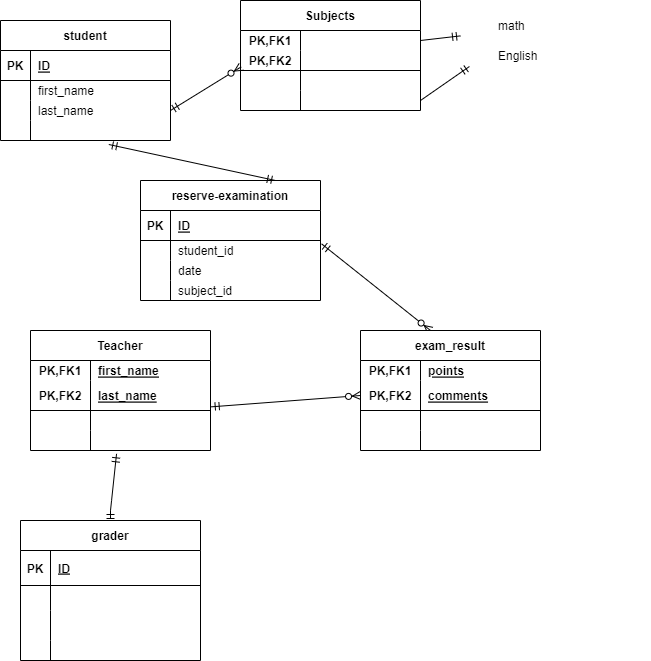
Earlier version of the draw.io export index.drawio.png (moro-ayu3/20230216_morohoshi). Source tidied: cells renumbered, new cells last; positions are measured from the earlier drawing's top-left corner, leaving out a move shared by most shapes.
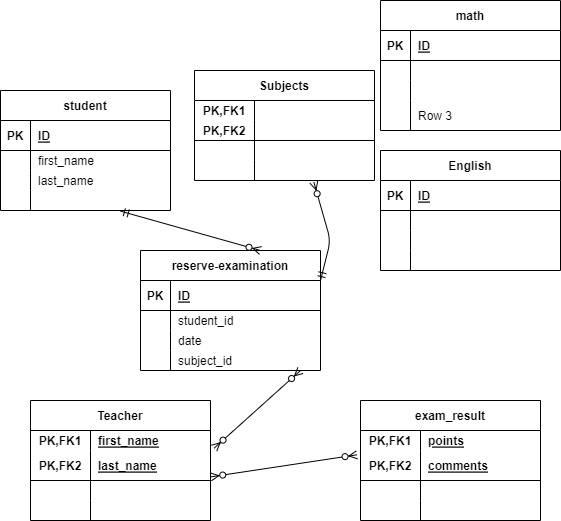
After the change.

Change to the diagram source:
```diff
@@ -80,35 +80,8 @@
     <mxCell id="27" value="subject_id" style="shape=partialRectangle;fillColor=none;top=0;left=0;bottom=0;right=0;align=left;spacingLeft=6;overflow=hidden;" parent="25" vertex="1">
       <mxGeometry x="30" width="150" height="20" as="geometry" />
     </mxCell>
-    <mxCell id="28" style="fontSize=12;html=1;endArrow=ERmandOne;startArrow=ERmandOne;exitX=0.637;exitY=1.2;exitDx=0;exitDy=0;exitPerimeter=0;entryX=0.75;entryY=0;entryDx=0;entryDy=0;" parent="1" edge="1" source="12" target="15">
-      <mxGeometry relative="1" as="geometry" />
-    </mxCell>
-    <mxCell id="29" style="shape=table;startSize=0;rowLines=0;fontStyle=0;align=center;strokeColor=none;fillColor=none;" parent="1" vertex="1">
-      <mxGeometry x="460" y="10" width="180" height="30" as="geometry" />
-    </mxCell>
-    <mxCell id="30" style="shape=tableRow;horizontal=0;startSize=0;swimlaneHead=0;swimlaneBody=0;fillColor=none;points=[[0,0.5],[1,0.5]];portConstraint=eastwest;top=0;left=0;right=0;bottom=0;" parent="29" vertex="1">
-      <mxGeometry width="180" height="30" as="geometry" />
-    </mxCell>
-    <mxCell id="31" style="shape=partialRectangle;fillColor=none;top=0;left=0;bottom=0;right=0;overflow=hidden;" parent="30" vertex="1">
-      <mxGeometry width="30" height="30" as="geometry" />
-    </mxCell>
-    <mxCell id="32" value="math" style="shape=partialRectangle;fillColor=none;top=0;left=0;bottom=0;right=0;align=left;spacingLeft=6;overflow=hidden;" parent="30" vertex="1">
-      <mxGeometry x="30" width="150" height="30" as="geometry" />
-    </mxCell>
-    <mxCell id="33" style="shape=table;startSize=0;rowLines=0;fontStyle=0;align=center;strokeColor=none;fillColor=none;" parent="1" vertex="1">
-      <mxGeometry x="470" y="40" width="180" height="30" as="geometry" />
-    </mxCell>
-    <mxCell id="34" style="shape=tableRow;horizontal=0;startSize=0;swimlaneHead=0;swimlaneBody=0;fillColor=none;points=[[0,0.5],[1,0.5]];portConstraint=eastwest;top=0;left=0;right=0;bottom=0;" parent="33" vertex="1">
-      <mxGeometry width="180" height="30" as="geometry" />
-    </mxCell>
-    <mxCell id="35" style="shape=partialRectangle;fillColor=none;top=0;left=0;bottom=0;right=0;overflow=hidden;" parent="34" vertex="1">
-      <mxGeometry width="20" height="30" as="geometry" />
-    </mxCell>
-    <mxCell id="36" value="English" style="shape=partialRectangle;fillColor=none;top=0;left=0;bottom=0;right=0;align=left;spacingLeft=6;overflow=hidden;" parent="34" vertex="1">
-      <mxGeometry x="20" width="160" height="30" as="geometry" />
-    </mxCell>
     <mxCell id="37" value="Subjects" style="shape=table;startSize=30;rowLines=0;fontStyle=1;align=center;" parent="1" vertex="1">
-      <mxGeometry x="240" width="180" height="110" as="geometry" />
+      <mxGeometry x="194" width="180" height="110" as="geometry" />
     </mxCell>
     <mxCell id="38" style="shape=tableRow;horizontal=0;startSize=0;swimlaneHead=0;swimlaneBody=0;fillColor=none;points=[[0,0.5],[1,0.5]];portConstraint=eastwest;top=0;left=0;right=0;bottom=0;" parent="37" vertex="1">
       <mxGeometry y="30" width="180" height="20" as="geometry" />
@@ -146,15 +119,6 @@
     <mxCell id="49" style="shape=partialRectangle;fillColor=none;top=0;left=0;bottom=0;right=0;align=left;spacingLeft=6;overflow=hidden;" parent="47" vertex="1">
       <mxGeometry x="60" width="120" height="20" as="geometry" />
     </mxCell>
-    <mxCell id="50" style="fontSize=12;html=1;endArrow=ERzeroToMany;startArrow=ERmandOne;exitX=1;exitY=0.5;exitDx=0;exitDy=0;entryX=0.004;entryY=-0.183;entryDx=0;entryDy=0;entryPerimeter=0;" parent="1" edge="1" source="9" target="44">
-      <mxGeometry relative="1" as="geometry" />
-    </mxCell>
-    <mxCell id="51" style="fontSize=12;html=1;endArrow=ERmandOne;exitX=1;exitY=0.5;exitDx=0;exitDy=0;" parent="1" edge="1" source="38" target="30">
-      <mxGeometry relative="1" as="geometry" />
-    </mxCell>
-    <mxCell id="52" style="fontSize=12;html=1;endArrow=ERmandOne;exitX=1;exitY=0.5;exitDx=0;exitDy=0;entryX=-0.006;entryY=0.867;entryDx=0;entryDy=0;entryPerimeter=0;" parent="1" edge="1" source="47" target="34">
-      <mxGeometry relative="1" as="geometry" />
-    </mxCell>
     <mxCell id="53" value="Teacher" style="shape=table;startSize=30;rowLines=0;fontStyle=1;align=center;" parent="1" vertex="1">
       <mxGeometry x="30" y="330" width="180" height="120" as="geometry" />
     </mxCell>
@@ -194,20 +158,6 @@
     <mxCell id="65" style="shape=partialRectangle;fillColor=none;top=0;left=0;bottom=0;right=0;align=left;spacingLeft=6;overflow=hidden;" parent="63" vertex="1">
       <mxGeometry x="60" width="120" height="20" as="geometry" />
     </mxCell>
-    <mxCell id="66" style="fontSize=12;html=1;endArrow=ERmandOne;startArrow=ERmandOne;entryX=0.478;entryY=1.167;entryDx=0;entryDy=0;entryPerimeter=0;" parent="1" edge="1" target="63">
-      <mxGeometry relative="1" as="geometry">
-        <mxPoint x="110" y="510" as="sourcePoint" />
-        <Array as="points">
-          <mxPoint x="110" y="520" />
-          <mxPoint x="110" y="510" />
-        </Array>
-      </mxGeometry>
-    </mxCell>
-    <mxCell id="67" style="fontSize=12;html=1;endArrow=ERzeroToMany;startArrow=ERmandOne;exitX=1.006;exitY=0.167;exitDx=0;exitDy=0;exitPerimeter=0;" parent="1" edge="1" source="19">
-      <mxGeometry relative="1" as="geometry">
-        <mxPoint x="430" y="330" as="targetPoint" />
-      </mxGeometry>
-    </mxCell>
     <mxCell id="68" value="exam_result" style="shape=table;startSize=30;rowLines=0;fontStyle=1;align=center;" parent="1" vertex="1">
       <mxGeometry x="360" y="330" width="180" height="120" as="geometry" />
     </mxCell>
@@ -247,46 +197,100 @@
     <mxCell id="80" style="shape=partialRectangle;fillColor=none;top=0;left=0;bottom=0;right=0;align=left;spacingLeft=6;overflow=hidden;" parent="78" vertex="1">
       <mxGeometry x="60" width="120" height="20" as="geometry" />
     </mxCell>
-    <mxCell id="81" value="grader" style="shape=table;startSize=30;rowLines=0;fontStyle=1;align=center;" parent="1" vertex="1">
-      <mxGeometry x="20" y="520" width="180" height="140" as="geometry" />
-    </mxCell>
-    <mxCell id="82" style="shape=tableRow;horizontal=0;startSize=0;swimlaneHead=0;swimlaneBody=0;fillColor=none;top=0;left=0;right=0;bottom=1;" parent="81" vertex="1">
-      <mxGeometry y="30" width="180" height="35" as="geometry" />
-    </mxCell>
-    <mxCell id="83" value="PK" style="shape=partialRectangle;fillColor=none;top=0;left=0;bottom=0;right=0;fontStyle=1;overflow=hidden;" parent="82" vertex="1">
-      <mxGeometry width="30" height="35" as="geometry" />
-    </mxCell>
-    <mxCell id="84" value="ID" style="shape=partialRectangle;fillColor=none;top=0;left=0;bottom=0;right=0;align=left;spacingLeft=6;fontStyle=5;overflow=hidden;" parent="82" vertex="1">
-      <mxGeometry x="30" width="150" height="35" as="geometry" />
-    </mxCell>
-    <mxCell id="85" style="shape=tableRow;horizontal=0;startSize=0;swimlaneHead=0;swimlaneBody=0;fillColor=none;top=0;left=0;right=0;bottom=0;" parent="81" vertex="1">
-      <mxGeometry y="65" width="180" height="25" as="geometry" />
-    </mxCell>
-    <mxCell id="86" style="shape=partialRectangle;fillColor=none;top=0;left=0;bottom=0;right=0;overflow=hidden;" parent="85" vertex="1">
-      <mxGeometry width="30" height="25" as="geometry" />
-    </mxCell>
-    <mxCell id="87" style="shape=partialRectangle;fillColor=none;top=0;left=0;bottom=0;right=0;align=left;spacingLeft=6;overflow=hidden;" parent="85" vertex="1">
-      <mxGeometry x="30" width="150" height="25" as="geometry" />
-    </mxCell>
-    <mxCell id="88" style="shape=tableRow;horizontal=0;startSize=0;swimlaneHead=0;swimlaneBody=0;fillColor=none;top=0;left=0;right=0;bottom=0;" parent="81" vertex="1">
-      <mxGeometry y="90" width="180" height="30" as="geometry" />
-    </mxCell>
-    <mxCell id="89" style="shape=partialRectangle;fillColor=none;top=0;left=0;bottom=0;right=0;overflow=hidden;" parent="88" vertex="1">
-      <mxGeometry width="30" height="30" as="geometry" />
-    </mxCell>
-    <mxCell id="90" style="shape=partialRectangle;fillColor=none;top=0;left=0;bottom=0;right=0;align=left;spacingLeft=6;overflow=hidden;" parent="88" vertex="1">
-      <mxGeometry x="30" width="150" height="30" as="geometry" />
-    </mxCell>
-    <mxCell id="91" style="shape=tableRow;horizontal=0;startSize=0;swimlaneHead=0;swimlaneBody=0;fillColor=none;top=0;left=0;right=0;bottom=0;" parent="81" vertex="1">
-      <mxGeometry y="120" width="180" height="20" as="geometry" />
-    </mxCell>
-    <mxCell id="92" style="shape=partialRectangle;fillColor=none;top=0;left=0;bottom=0;right=0;overflow=hidden;" parent="91" vertex="1">
-      <mxGeometry width="30" height="20" as="geometry" />
-    </mxCell>
-    <mxCell id="93" style="shape=partialRectangle;fillColor=none;top=0;left=0;bottom=0;right=0;align=left;spacingLeft=6;overflow=hidden;" parent="91" vertex="1">
-      <mxGeometry x="30" width="150" height="20" as="geometry" />
-    </mxCell>
+    <mxCell id="32" value="math" style="shape=table;startSize=30;rowLines=0;fontStyle=1;align=center;" parent="1" vertex="1">
+      <mxGeometry x="380" y="-70" width="180" height="130" as="geometry" />
+    </mxCell>
+    <mxCell id="95" style="shape=tableRow;horizontal=0;startSize=0;swimlaneHead=0;swimlaneBody=0;fillColor=none;top=0;left=0;right=0;bottom=1;" parent="32" vertex="1">
+      <mxGeometry y="30" width="180" height="30" as="geometry" />
+    </mxCell>
+    <mxCell id="96" value="PK" style="shape=partialRectangle;fillColor=none;top=0;left=0;bottom=0;right=0;fontStyle=1;overflow=hidden;" parent="95" vertex="1">
+      <mxGeometry width="30" height="30" as="geometry" />
+    </mxCell>
+    <mxCell id="97" value="ID" style="shape=partialRectangle;fillColor=none;top=0;left=0;bottom=0;right=0;align=left;spacingLeft=6;fontStyle=5;overflow=hidden;" parent="95" vertex="1">
+      <mxGeometry x="30" width="150" height="30" as="geometry" />
+    </mxCell>
+    <mxCell id="98" style="shape=tableRow;horizontal=0;startSize=0;swimlaneHead=0;swimlaneBody=0;fillColor=none;top=0;left=0;right=0;bottom=0;" parent="32" vertex="1">
+      <mxGeometry y="60" width="180" height="20" as="geometry" />
+    </mxCell>
+    <mxCell id="99" style="shape=partialRectangle;fillColor=none;top=0;left=0;bottom=0;right=0;overflow=hidden;" parent="98" vertex="1">
+      <mxGeometry width="30" height="20" as="geometry" />
+    </mxCell>
+    <mxCell id="100" style="shape=partialRectangle;fillColor=none;top=0;left=0;bottom=0;right=0;align=left;spacingLeft=6;overflow=hidden;" parent="98" vertex="1">
+      <mxGeometry x="30" width="150" height="20" as="geometry" />
+    </mxCell>
+    <mxCell id="101" style="shape=tableRow;horizontal=0;startSize=0;swimlaneHead=0;swimlaneBody=0;fillColor=none;top=0;left=0;right=0;bottom=0;" parent="32" vertex="1">
+      <mxGeometry y="80" width="180" height="20" as="geometry" />
+    </mxCell>
+    <mxCell id="102" style="shape=partialRectangle;fillColor=none;top=0;left=0;bottom=0;right=0;overflow=hidden;" parent="101" vertex="1">
+      <mxGeometry width="30" height="20" as="geometry" />
+    </mxCell>
+    <mxCell id="103" style="shape=partialRectangle;fillColor=none;top=0;left=0;bottom=0;right=0;align=left;spacingLeft=6;overflow=hidden;" parent="101" vertex="1">
+      <mxGeometry x="30" width="150" height="20" as="geometry" />
+    </mxCell>
+    <mxCell id="104" style="shape=tableRow;horizontal=0;startSize=0;swimlaneHead=0;swimlaneBody=0;fillColor=none;top=0;left=0;right=0;bottom=0;" parent="32" vertex="1">
+      <mxGeometry y="100" width="180" height="30" as="geometry" />
+    </mxCell>
+    <mxCell id="105" style="shape=partialRectangle;fillColor=none;top=0;left=0;bottom=0;right=0;overflow=hidden;" parent="104" vertex="1">
+      <mxGeometry width="30" height="30" as="geometry" />
+    </mxCell>
+    <mxCell id="106" value="Row 3" style="shape=partialRectangle;fillColor=none;top=0;left=0;bottom=0;right=0;align=left;spacingLeft=6;overflow=hidden;" parent="104" vertex="1">
+      <mxGeometry x="30" width="150" height="30" as="geometry" />
+    </mxCell>
+    <mxCell id="36" value="English" style="shape=table;startSize=30;rowLines=0;fontStyle=1;align=center;" parent="1" vertex="1">
+      <mxGeometry x="380" y="80" width="180" height="120" as="geometry" />
+    </mxCell>
+    <mxCell id="107" style="shape=tableRow;horizontal=0;startSize=0;swimlaneHead=0;swimlaneBody=0;fillColor=none;top=0;left=0;right=0;bottom=1;" parent="36" vertex="1">
+      <mxGeometry y="30" width="180" height="30" as="geometry" />
+    </mxCell>
+    <mxCell id="108" value="PK" style="shape=partialRectangle;fillColor=none;top=0;left=0;bottom=0;right=0;fontStyle=1;overflow=hidden;" parent="107" vertex="1">
+      <mxGeometry width="30" height="30" as="geometry" />
+    </mxCell>
+    <mxCell id="109" value="ID" style="shape=partialRectangle;fillColor=none;top=0;left=0;bottom=0;right=0;align=left;spacingLeft=6;fontStyle=5;overflow=hidden;" parent="107" vertex="1">
+      <mxGeometry x="30" width="150" height="30" as="geometry" />
+    </mxCell>
+    <mxCell id="110" style="shape=tableRow;horizontal=0;startSize=0;swimlaneHead=0;swimlaneBody=0;fillColor=none;top=0;left=0;right=0;bottom=0;" parent="36" vertex="1">
+      <mxGeometry y="60" width="180" height="20" as="geometry" />
+    </mxCell>
+    <mxCell id="111" style="shape=partialRectangle;fillColor=none;top=0;left=0;bottom=0;right=0;overflow=hidden;" parent="110" vertex="1">
+      <mxGeometry width="30" height="20" as="geometry" />
+    </mxCell>
+    <mxCell id="112" style="shape=partialRectangle;fillColor=none;top=0;left=0;bottom=0;right=0;align=left;spacingLeft=6;overflow=hidden;" parent="110" vertex="1">
+      <mxGeometry x="30" width="150" height="20" as="geometry" />
+    </mxCell>
+    <mxCell id="113" style="shape=tableRow;horizontal=0;startSize=0;swimlaneHead=0;swimlaneBody=0;fillColor=none;top=0;left=0;right=0;bottom=0;" parent="36" vertex="1">
+      <mxGeometry y="80" width="180" height="20" as="geometry" />
+    </mxCell>
+    <mxCell id="114" style="shape=partialRectangle;fillColor=none;top=0;left=0;bottom=0;right=0;overflow=hidden;" parent="113" vertex="1">
+      <mxGeometry width="30" height="20" as="geometry" />
+    </mxCell>
+    <mxCell id="115" style="shape=partialRectangle;fillColor=none;top=0;left=0;bottom=0;right=0;align=left;spacingLeft=6;overflow=hidden;" parent="113" vertex="1">
+      <mxGeometry x="30" width="150" height="20" as="geometry" />
+    </mxCell>
+    <mxCell id="116" style="shape=tableRow;horizontal=0;startSize=0;swimlaneHead=0;swimlaneBody=0;fillColor=none;top=0;left=0;right=0;bottom=0;" parent="36" vertex="1">
+      <mxGeometry y="100" width="180" height="20" as="geometry" />
+    </mxCell>
+    <mxCell id="117" style="shape=partialRectangle;fillColor=none;top=0;left=0;bottom=0;right=0;overflow=hidden;" parent="116" vertex="1">
+      <mxGeometry width="30" height="20" as="geometry" />
+    </mxCell>
+    <mxCell id="118" style="shape=partialRectangle;fillColor=none;top=0;left=0;bottom=0;right=0;align=left;spacingLeft=6;overflow=hidden;" parent="116" vertex="1">
+      <mxGeometry x="30" width="150" height="20" as="geometry" />
+    </mxCell>
+    <mxCell id="119" style="fontSize=12;html=1;endArrow=ERzeroToMany;startArrow=ERmandOne;entryX=0.663;entryY=1.083;entryDx=0;entryDy=0;entryPerimeter=0;exitX=1;exitY=0;exitDx=0;exitDy=0;exitPerimeter=0;" parent="1" edge="1" source="16" target="47">
+      <mxGeometry relative="1" as="geometry">
+        <Array as="points">
+          <mxPoint x="330" y="170" />
+        </Array>
+      </mxGeometry>
+    </mxCell>
+    <mxCell id="28" style="fontSize=12;html=1;endArrow=ERzeroToMany;startArrow=ERmandOne;exitX=0.706;exitY=1.033;exitDx=0;exitDy=0;exitPerimeter=0;entryX=0.667;entryY=0;entryDx=0;entryDy=0;entryPerimeter=0;" parent="1" edge="1" source="12" target="15">
+      <mxGeometry relative="1" as="geometry" />
+    </mxCell>
+    <mxCell id="120" style="fontSize=12;html=1;endArrow=ERzeroToMany;endFill=1;startArrow=ERzeroToMany;exitX=1.02;exitY=0.883;exitDx=0;exitDy=0;exitPerimeter=0;" parent="1" edge="1" source="54">
+      <mxGeometry relative="1" as="geometry">
+        <mxPoint x="300" y="300" as="targetPoint" />
+      </mxGeometry>
+    </mxCell>
-    <mxCell id="94" style="fontSize=12;html=1;endArrow=ERzeroToMany;startArrow=ERmandOne;entryX=0;entryY=0.5;entryDx=0;entryDy=0;exitX=1.004;exitY=-0.183;exitDx=0;exitDy=0;exitPerimeter=0;" parent="1" edge="1" source="60" target="72">
+    <mxCell id="94" style="fontSize=12;html=1;endArrow=ERzeroToMany;endFill=1;startArrow=ERzeroToMany;exitX=1.002;exitY=-0.183;exitDx=0;exitDy=0;exitPerimeter=0;entryX=-0.02;entryY=0.144;entryDx=0;entryDy=0;entryPerimeter=0;" parent="1" edge="1" source="60" target="72">
       <mxGeometry relative="1" as="geometry" />
     </mxCell>
   </root>
```
